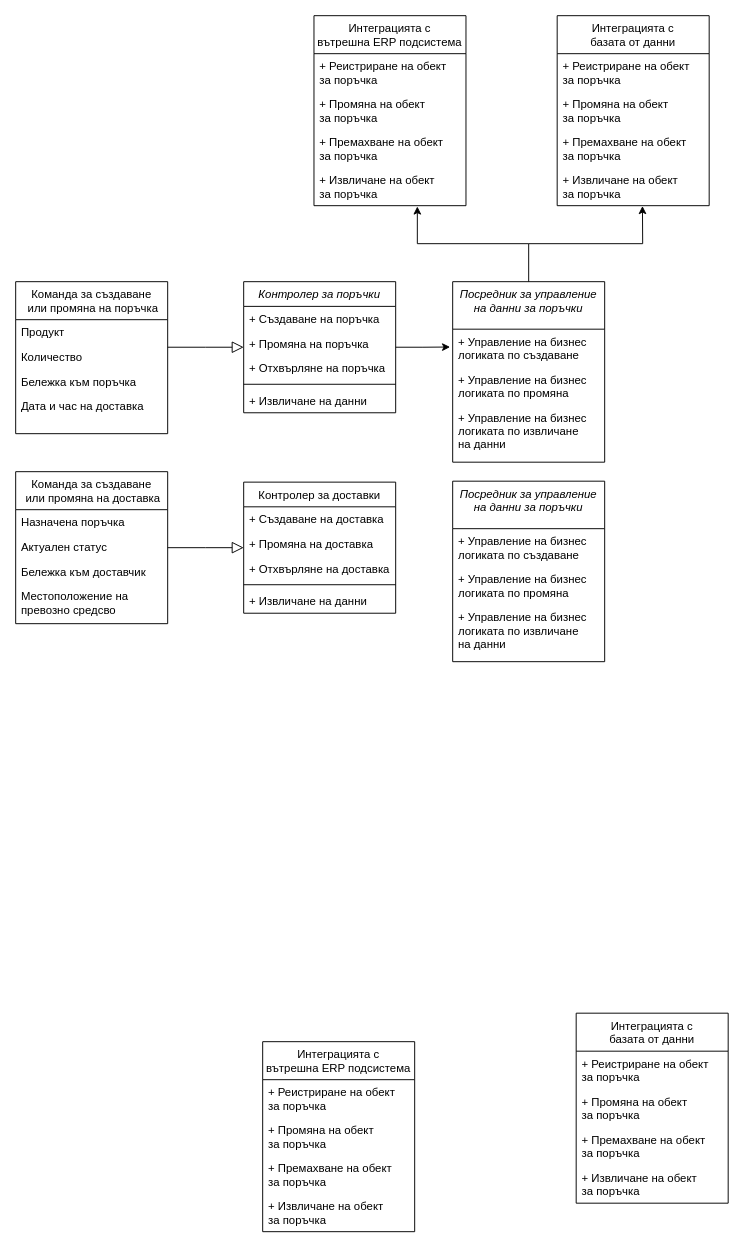
profjordanov/phd keeps this draw.io diagram as Chapter2/ClassDiagram.drawio. Above is the earlier version. Source tidied: cells renumbered, new cells numbered last; positions are measured from the earlier drawing's top-left corner, leaving out a move shared by most shapes. Both pictures are drawn from the tidied source at 95%, with x=0, y=0 at pixel (15, 15).
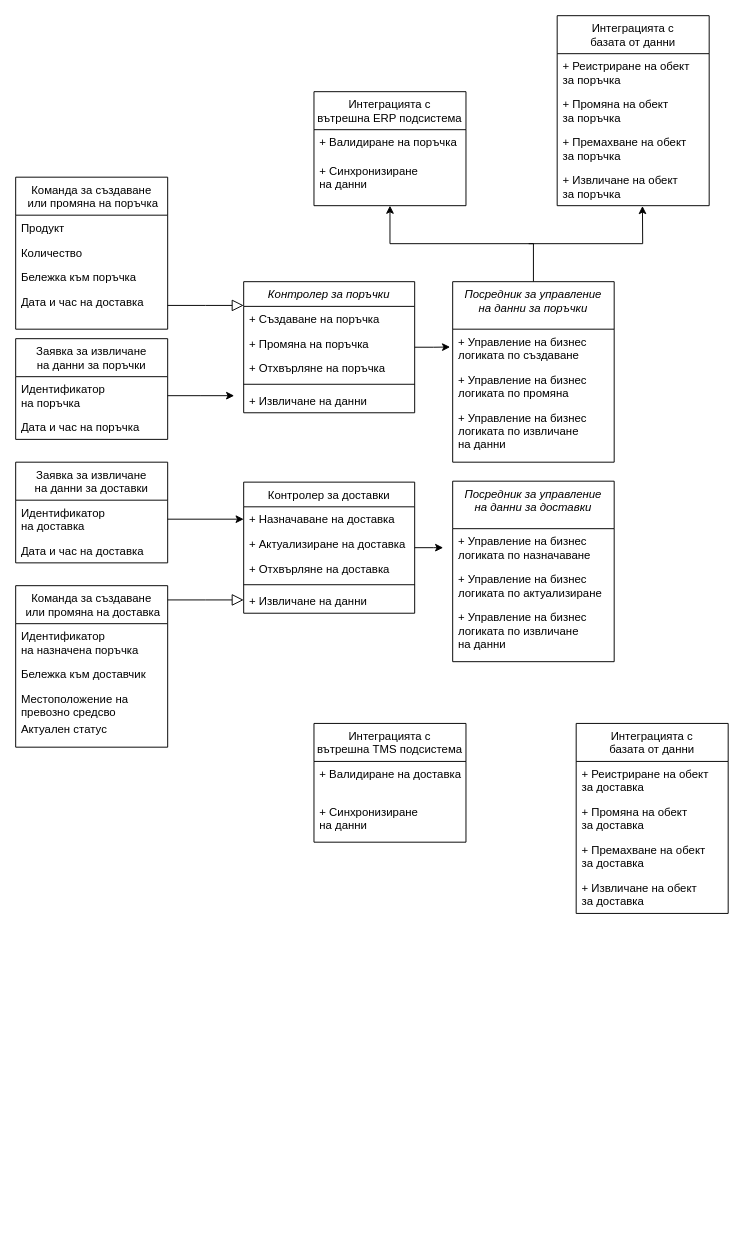
Above is the later version.

The edit, as a diff of the source:
```diff
@@
     <mxCell id="2" value="Контролер за поръчки" style="swimlane;fontStyle=2;align=center;verticalAlign=top;horizontal=1;startSize=26;rounded=0;shadow=0;strokeWidth=1;" parent="1" vertex="1">
-      <mxGeometry x="240" y="280" width="160" height="138" as="geometry" />
+      <mxGeometry x="240" y="280" width="180" height="138" as="geometry" />
     </mxCell>
     <mxCell id="3" value="+ Създаване на поръчка" style="text;align=left;verticalAlign=top;spacingLeft=4;spacingRight=4;overflow=hidden;" parent="2" vertex="1">
-      <mxGeometry y="26" width="160" height="26" as="geometry" />
+      <mxGeometry y="26" width="180" height="26" as="geometry" />
     </mxCell>
     <mxCell id="4" value="+ Промяна на поръчка" style="text;align=left;verticalAlign=top;spacingLeft=4;spacingRight=4;overflow=hidden;rounded=0;shadow=0;html=0;" parent="2" vertex="1">
-      <mxGeometry y="52" width="160" height="26" as="geometry" />
+      <mxGeometry y="52" width="180" height="26" as="geometry" />
     </mxCell>
     <mxCell id="5" value="+ Отхвърляне на поръчка" style="text;align=left;verticalAlign=top;spacingLeft=4;spacingRight=4;overflow=hidden;rounded=0;shadow=0;html=0;" parent="2" vertex="1">
-      <mxGeometry y="78" width="160" height="26" as="geometry" />
+      <mxGeometry y="78" width="180" height="26" as="geometry" />
     </mxCell>
     <mxCell id="6" style="line;html=1;strokeWidth=1;align=left;verticalAlign=middle;spacingTop=-1;spacingLeft=3;spacingRight=3;labelPosition=right;" parent="2" vertex="1">
-      <mxGeometry y="104" width="160" height="8" as="geometry" />
+      <mxGeometry y="104" width="180" height="8" as="geometry" />
     </mxCell>
     <mxCell id="7" value="+ Извличане на данни" style="text;align=left;verticalAlign=top;spacingLeft=4;spacingRight=4;overflow=hidden;" parent="2" vertex="1">
-      <mxGeometry y="112" width="160" height="26" as="geometry" />
+      <mxGeometry y="112" width="180" height="26" as="geometry" />
     </mxCell>
     <mxCell id="8" value="Команда за създаване&#10; или промяна на поръчка" style="swimlane;fontStyle=0;align=center;verticalAlign=top;horizontal=1;startSize=40;rounded=0;shadow=0;strokeWidth=1;" parent="1" vertex="1">
-      <mxGeometry y="280" width="160" height="160" as="geometry" />
+      <mxGeometry y="170" width="160" height="160" as="geometry" />
     </mxCell>
@@
     <mxCell id="19" value="Интеграцията с &#10;вътрешна ERP подсистема" style="swimlane;fontStyle=0;align=center;verticalAlign=top;horizontal=1;startSize=40;rounded=0;shadow=0;strokeWidth=1;" parent="1" vertex="1">
-      <mxGeometry x="314" width="160" height="200" as="geometry" />
+      <mxGeometry x="314" y="80" width="160" height="120" as="geometry" />
     </mxCell>
-    <mxCell id="20" value="+ Реистриране на обект&#10;за поръчка" style="text;align=left;verticalAlign=top;spacingLeft=4;spacingRight=4;overflow=hidden;" parent="19" vertex="1">
-      <mxGeometry y="40" width="160" height="40" as="geometry" />
+    <mxCell id="20" value="+ Валидиране на поръчка" style="text;align=left;verticalAlign=top;spacingLeft=4;spacingRight=4;overflow=hidden;" parent="19" vertex="1">
+      <mxGeometry y="40" width="160" height="30" as="geometry" />
     </mxCell>
-    <mxCell id="21" value="+ Промяна на обект&#10;за поръчка" style="text;align=left;verticalAlign=top;spacingLeft=4;spacingRight=4;overflow=hidden;rounded=0;shadow=0;html=0;" parent="19" vertex="1">
-      <mxGeometry y="80" width="160" height="40" as="geometry" />
+    <mxCell id="21" value="+ Синхронизиране&#10;на данни" style="text;align=left;verticalAlign=top;spacingLeft=4;spacingRight=4;overflow=hidden;rounded=0;shadow=0;html=0;" parent="19" vertex="1">
+      <mxGeometry y="70" width="160" height="40" as="geometry" />
     </mxCell>
-    <mxCell id="22" value="+ Премахване на обект&#10;за поръчка" style="text;align=left;verticalAlign=top;spacingLeft=4;spacingRight=4;overflow=hidden;rounded=0;shadow=0;html=0;" parent="19" vertex="1">
-      <mxGeometry y="120" width="160" height="40" as="geometry" />
-    </mxCell>
-    <mxCell id="23" value="+ Извличане на обект&#10;за поръчка" style="text;align=left;verticalAlign=top;spacingLeft=4;spacingRight=4;overflow=hidden;points=[[0,0.5],[1,0.5]];portConstraint=eastwest;rounded=0;shadow=0;html=0;" parent="19" vertex="1">
-      <mxGeometry y="160" width="160" height="40" as="geometry" />
-    </mxCell>
+    <mxCell id="58" style="edgeStyle=orthogonalEdgeStyle;rounded=0;jettySize=auto;html=1;entryX=0.5;entryY=1;entryDx=0;entryDy=0;" parent="1" edge="1" source="24" target="19">
+      <mxGeometry relative="1" as="geometry" />
+    </mxCell>
     <mxCell id="24" value="Посредник за управление &#10;на данни за поръчки" style="swimlane;fontStyle=2;align=center;verticalAlign=top;horizontal=1;startSize=50;rounded=0;shadow=0;strokeWidth=1;" parent="1" vertex="1">
-      <mxGeometry x="460" y="280" width="160" height="190" as="geometry" />
+      <mxGeometry x="460" y="280" width="170" height="190" as="geometry" />
     </mxCell>
     <mxCell id="25" value="+ Управление на бизнес &#10;логиката по създаване" style="text;align=left;verticalAlign=top;spacingLeft=4;spacingRight=4;overflow=hidden;" parent="24" vertex="1">
-      <mxGeometry y="50" width="160" height="40" as="geometry" />
+      <mxGeometry y="50" width="170" height="40" as="geometry" />
     </mxCell>
     <mxCell id="26" value="+ Управление на бизнес &#10;логиката по промяна" style="text;align=left;verticalAlign=top;spacingLeft=4;spacingRight=4;overflow=hidden;" parent="24" vertex="1">
-      <mxGeometry y="90" width="160" height="40" as="geometry" />
+      <mxGeometry y="90" width="170" height="40" as="geometry" />
     </mxCell>
     <mxCell id="27" value="+ Управление на бизнес &#10;логиката по извличане &#10;на данни" style="text;align=left;verticalAlign=top;spacingLeft=4;spacingRight=4;overflow=hidden;" parent="24" vertex="1">
-      <mxGeometry y="130" width="160" height="50" as="geometry" />
+      <mxGeometry y="130" width="170" height="50" as="geometry" />
     </mxCell>
-    <mxCell id="28" style="edgeStyle=orthogonalEdgeStyle;rounded=0;jettySize=auto;html=1;entryX=0.68;entryY=1.021;entryDx=0;entryDy=0;entryPerimeter=0;" parent="1" edge="1" source="24" target="23">
-      <mxGeometry relative="1" as="geometry" />
-    </mxCell>
@@
+    <mxCell id="59" style="edgeStyle=orthogonalEdgeStyle;rounded=0;jettySize=auto;html=1;" parent="1" edge="1" source="32">
+      <mxGeometry relative="1" as="geometry">
+        <mxPoint x="450" y="560" as="targetPoint" />
+      </mxGeometry>
+    </mxCell>
     <mxCell id="32" value="Контролер за доставки" style="swimlane;fontStyle=0;align=center;verticalAlign=top;horizontal=1;startSize=26;rounded=0;shadow=0;strokeWidth=1;" parent="1" vertex="1">
-      <mxGeometry x="240" y="491" width="160" height="138" as="geometry" />
+      <mxGeometry x="240" y="491" width="180" height="138" as="geometry" />
     </mxCell>
-    <mxCell id="33" value="+ Създаване на доставка" style="text;align=left;verticalAlign=top;spacingLeft=4;spacingRight=4;overflow=hidden;points=[[0,0.5],[1,0.5]];portConstraint=eastwest;" parent="32" vertex="1">
-      <mxGeometry y="26" width="160" height="26" as="geometry" />
+    <mxCell id="33" value="+ Назначаване на доставка" style="text;align=left;verticalAlign=top;spacingLeft=4;spacingRight=4;overflow=hidden;points=[[0,0.5],[1,0.5]];portConstraint=eastwest;" parent="32" vertex="1">
+      <mxGeometry y="26" width="180" height="26" as="geometry" />
     </mxCell>
-    <mxCell id="34" value="+ Промяна на доставка" style="text;align=left;verticalAlign=top;spacingLeft=4;spacingRight=4;overflow=hidden;rounded=0;shadow=0;html=0;" parent="32" vertex="1">
-      <mxGeometry y="52" width="160" height="26" as="geometry" />
+    <mxCell id="34" value="+ Актуализиране на доставка" style="text;align=left;verticalAlign=top;spacingLeft=4;spacingRight=4;overflow=hidden;rounded=0;shadow=0;html=0;" parent="32" vertex="1">
+      <mxGeometry y="52" width="180" height="26" as="geometry" />
     </mxCell>
     <mxCell id="35" value="+ Отхвърляне на доставка" style="text;align=left;verticalAlign=top;spacingLeft=4;spacingRight=4;overflow=hidden;rounded=0;shadow=0;html=0;" parent="32" vertex="1">
-      <mxGeometry y="78" width="160" height="26" as="geometry" />
+      <mxGeometry y="78" width="180" height="26" as="geometry" />
     </mxCell>
     <mxCell id="36" style="line;html=1;strokeWidth=1;align=left;verticalAlign=middle;spacingTop=-1;spacingLeft=3;spacingRight=3;labelPosition=right;" parent="32" vertex="1">
-      <mxGeometry y="104" width="160" height="8" as="geometry" />
+      <mxGeometry y="104" width="180" height="8" as="geometry" />
     </mxCell>
     <mxCell id="37" value="+ Извличане на данни" style="text;align=left;verticalAlign=top;spacingLeft=4;spacingRight=4;overflow=hidden;" parent="32" vertex="1">
-      <mxGeometry y="112" width="160" height="26" as="geometry" />
+      <mxGeometry y="112" width="180" height="26" as="geometry" />
     </mxCell>
     <mxCell id="38" value="Команда за създаване&#10; или промяна на доставка" style="swimlane;fontStyle=0;align=center;verticalAlign=top;horizontal=1;startSize=40;rounded=0;shadow=0;strokeWidth=1;" parent="1" vertex="1">
-      <mxGeometry y="480" width="160" height="160" as="geometry" />
+      <mxGeometry y="600" width="160" height="170" as="geometry" />
     </mxCell>
-    <mxCell id="39" value="Назначена поръчка" style="text;align=left;verticalAlign=top;spacingLeft=4;spacingRight=4;overflow=hidden;" parent="38" vertex="1">
-      <mxGeometry y="40" width="160" height="26" as="geometry" />
+    <mxCell id="39" value="Идентификатор&#10;на назначена поръчка" style="text;align=left;verticalAlign=top;spacingLeft=4;spacingRight=4;overflow=hidden;" parent="38" vertex="1">
+      <mxGeometry y="40" width="160" height="40" as="geometry" />
     </mxCell>
-    <mxCell id="40" value="Актуален статус" style="text;align=left;verticalAlign=top;spacingLeft=4;spacingRight=4;overflow=hidden;rounded=0;shadow=0;html=0;" parent="38" vertex="1">
-      <mxGeometry y="66" width="160" height="26" as="geometry" />
-    </mxCell>
     <mxCell id="41" value="Бележка към доставчик" style="text;align=left;verticalAlign=top;spacingLeft=4;spacingRight=4;overflow=hidden;rounded=0;shadow=0;html=0;" parent="38" vertex="1">
-      <mxGeometry y="92" width="160" height="26" as="geometry" />
+      <mxGeometry y="80" width="160" height="26" as="geometry" />
     </mxCell>
     <mxCell id="42" value="Местоположение на &#10;превозно средсво" style="text;align=left;verticalAlign=top;spacingLeft=4;spacingRight=4;overflow=hidden;rounded=0;shadow=0;html=0;" parent="38" vertex="1">
-      <mxGeometry y="118" width="160" height="32" as="geometry" />
+      <mxGeometry y="106" width="160" height="32" as="geometry" />
     </mxCell>
+    <mxCell id="40" value="Актуален статус" style="text;align=left;verticalAlign=top;spacingLeft=4;spacingRight=4;overflow=hidden;rounded=0;shadow=0;html=0;" parent="38" vertex="1">
+      <mxGeometry y="138" width="160" height="26" as="geometry" />
+    </mxCell>
@@
     <mxCell id="44" value="Интеграцията с &#10;базата от данни" style="swimlane;fontStyle=0;align=center;verticalAlign=top;horizontal=1;startSize=40;rounded=0;shadow=0;strokeWidth=1;" parent="1" vertex="1">
-      <mxGeometry x="590" y="1050" width="160" height="200" as="geometry" />
+      <mxGeometry x="590" y="745" width="160" height="200" as="geometry" />
     </mxCell>
-    <mxCell id="45" value="+ Реистриране на обект&#10;за поръчка" style="text;align=left;verticalAlign=top;spacingLeft=4;spacingRight=4;overflow=hidden;" parent="44" vertex="1">
+    <mxCell id="45" value="+ Реистриране на обект&#10;за доставка" style="text;align=left;verticalAlign=top;spacingLeft=4;spacingRight=4;overflow=hidden;" parent="44" vertex="1">
       <mxGeometry y="40" width="160" height="40" as="geometry" />
     </mxCell>
-    <mxCell id="46" value="+ Промяна на обект&#10;за поръчка" style="text;align=left;verticalAlign=top;spacingLeft=4;spacingRight=4;overflow=hidden;rounded=0;shadow=0;html=0;" parent="44" vertex="1">
+    <mxCell id="46" value="+ Промяна на обект&#10;за доставка" style="text;align=left;verticalAlign=top;spacingLeft=4;spacingRight=4;overflow=hidden;rounded=0;shadow=0;html=0;" parent="44" vertex="1">
       <mxGeometry y="80" width="160" height="40" as="geometry" />
     </mxCell>
-    <mxCell id="47" value="+ Премахване на обект&#10;за поръчка" style="text;align=left;verticalAlign=top;spacingLeft=4;spacingRight=4;overflow=hidden;rounded=0;shadow=0;html=0;" parent="44" vertex="1">
+    <mxCell id="47" value="+ Премахване на обект&#10;за доставка" style="text;align=left;verticalAlign=top;spacingLeft=4;spacingRight=4;overflow=hidden;rounded=0;shadow=0;html=0;" parent="44" vertex="1">
       <mxGeometry y="120" width="160" height="40" as="geometry" />
     </mxCell>
-    <mxCell id="48" value="+ Извличане на обект&#10;за поръчка" style="text;align=left;verticalAlign=top;spacingLeft=4;spacingRight=4;overflow=hidden;rounded=0;shadow=0;html=0;" parent="44" vertex="1">
+    <mxCell id="48" value="+ Извличане на обект&#10;за доставка" style="text;align=left;verticalAlign=top;spacingLeft=4;spacingRight=4;overflow=hidden;rounded=0;shadow=0;html=0;" parent="44" vertex="1">
       <mxGeometry y="160" width="160" height="40" as="geometry" />
     </mxCell>
-    <mxCell id="49" value="Интеграцията с &#10;вътрешна ERP подсистема" style="swimlane;fontStyle=0;align=center;verticalAlign=top;horizontal=1;startSize=40;rounded=0;shadow=0;strokeWidth=1;" parent="1" vertex="1">
-      <mxGeometry x="260" y="1080" width="160" height="200" as="geometry" />
+    <mxCell id="49" value="Интеграцията с &#10;вътрешна TMS подсистема" style="swimlane;fontStyle=0;align=center;verticalAlign=top;horizontal=1;startSize=40;rounded=0;shadow=0;strokeWidth=1;" parent="1" vertex="1">
+      <mxGeometry x="314" y="745" width="160" height="125" as="geometry" />
     </mxCell>
-    <mxCell id="50" value="+ Реистриране на обект&#10;за поръчка" style="text;align=left;verticalAlign=top;spacingLeft=4;spacingRight=4;overflow=hidden;" parent="49" vertex="1">
+    <mxCell id="50" value="+ Валидиране на доставка" style="text;align=left;verticalAlign=top;spacingLeft=4;spacingRight=4;overflow=hidden;" parent="49" vertex="1">
       <mxGeometry y="40" width="160" height="40" as="geometry" />
     </mxCell>
-    <mxCell id="51" value="+ Промяна на обект&#10;за поръчка" style="text;align=left;verticalAlign=top;spacingLeft=4;spacingRight=4;overflow=hidden;rounded=0;shadow=0;html=0;" parent="49" vertex="1">
+    <mxCell id="51" value="+ Синхронизиране&#10;на данни" style="text;align=left;verticalAlign=top;spacingLeft=4;spacingRight=4;overflow=hidden;rounded=0;shadow=0;html=0;" parent="49" vertex="1">
       <mxGeometry y="80" width="160" height="40" as="geometry" />
     </mxCell>
-    <mxCell id="52" value="+ Премахване на обект&#10;за поръчка" style="text;align=left;verticalAlign=top;spacingLeft=4;spacingRight=4;overflow=hidden;rounded=0;shadow=0;html=0;" parent="49" vertex="1">
-      <mxGeometry y="120" width="160" height="40" as="geometry" />
-    </mxCell>
-    <mxCell id="53" value="+ Извличане на обект&#10;за поръчка" style="text;align=left;verticalAlign=top;spacingLeft=4;spacingRight=4;overflow=hidden;rounded=0;shadow=0;html=0;" parent="49" vertex="1">
-      <mxGeometry y="160" width="160" height="40" as="geometry" />
-    </mxCell>
-    <mxCell id="54" value="Посредник за управление &#10;на данни за поръчки" style="swimlane;fontStyle=2;align=center;verticalAlign=top;horizontal=1;startSize=50;rounded=0;shadow=0;strokeWidth=1;" parent="1" vertex="1">
-      <mxGeometry x="460" y="490" width="160" height="190" as="geometry" />
+    <mxCell id="54" value="Посредник за управление &#10;на данни за доставки" style="swimlane;fontStyle=2;align=center;verticalAlign=top;horizontal=1;startSize=50;rounded=0;shadow=0;strokeWidth=1;" parent="1" vertex="1">
+      <mxGeometry x="460" y="490" width="170" height="190" as="geometry" />
     </mxCell>
-    <mxCell id="55" value="+ Управление на бизнес &#10;логиката по създаване" style="text;align=left;verticalAlign=top;spacingLeft=4;spacingRight=4;overflow=hidden;" parent="54" vertex="1">
-      <mxGeometry y="50" width="160" height="40" as="geometry" />
+    <mxCell id="55" value="+ Управление на бизнес &#10;логиката по назначаване " style="text;align=left;verticalAlign=top;spacingLeft=4;spacingRight=4;overflow=hidden;" parent="54" vertex="1">
+      <mxGeometry y="50" width="170" height="40" as="geometry" />
     </mxCell>
-    <mxCell id="56" value="+ Управление на бизнес &#10;логиката по промяна" style="text;align=left;verticalAlign=top;spacingLeft=4;spacingRight=4;overflow=hidden;" parent="54" vertex="1">
-      <mxGeometry y="90" width="160" height="40" as="geometry" />
+    <mxCell id="56" value="+ Управление на бизнес &#10;логиката по актуализиране " style="text;align=left;verticalAlign=top;spacingLeft=4;spacingRight=4;overflow=hidden;" parent="54" vertex="1">
+      <mxGeometry y="90" width="170" height="40" as="geometry" />
     </mxCell>
     <mxCell id="57" value="+ Управление на бизнес &#10;логиката по извличане &#10;на данни" style="text;align=left;verticalAlign=top;spacingLeft=4;spacingRight=4;overflow=hidden;" parent="54" vertex="1">
-      <mxGeometry y="130" width="160" height="50" as="geometry" />
+      <mxGeometry y="130" width="170" height="50" as="geometry" />
     </mxCell>
+    <mxCell id="60" value="Заявка за извличане&#10;на данни за поръчки" style="swimlane;fontStyle=0;align=center;verticalAlign=top;horizontal=1;startSize=40;rounded=0;shadow=0;strokeWidth=1;" parent="1" vertex="1">
+      <mxGeometry y="340" width="160" height="106" as="geometry" />
+    </mxCell>
+    <mxCell id="61" style="edgeStyle=orthogonalEdgeStyle;rounded=0;jettySize=auto;html=1;" parent="60" edge="1" source="62">
+      <mxGeometry relative="1" as="geometry">
+        <mxPoint x="230" y="60" as="targetPoint" />
+      </mxGeometry>
+    </mxCell>
+    <mxCell id="62" value="Идентификатор &#10;на поръчка" style="text;align=left;verticalAlign=top;spacingLeft=4;spacingRight=4;overflow=hidden;points=[[0,0.5],[1,0.5]];portConstraint=eastwest;" parent="60" vertex="1">
+      <mxGeometry y="40" width="160" height="40" as="geometry" />
+    </mxCell>
+    <mxCell id="63" value="Дата и час на поръчка" style="text;align=left;verticalAlign=top;spacingLeft=4;spacingRight=4;overflow=hidden;rounded=0;shadow=0;html=0;" parent="60" vertex="1">
+      <mxGeometry y="80" width="160" height="26" as="geometry" />
+    </mxCell>
+    <mxCell id="64" value="Заявка за извличане&#10;на данни за доставки" style="swimlane;fontStyle=0;align=center;verticalAlign=top;horizontal=1;startSize=40;rounded=0;shadow=0;strokeWidth=1;" parent="1" vertex="1">
+      <mxGeometry y="470" width="160" height="106" as="geometry" />
+    </mxCell>
+    <mxCell id="65" value="Идентификатор &#10;на доставка" style="text;align=left;verticalAlign=top;spacingLeft=4;spacingRight=4;overflow=hidden;points=[[0,0.5],[1,0.5]];portConstraint=eastwest;" parent="64" vertex="1">
+      <mxGeometry y="40" width="160" height="40" as="geometry" />
+    </mxCell>
+    <mxCell id="66" value="Дата и час на доставка" style="text;align=left;verticalAlign=top;spacingLeft=4;spacingRight=4;overflow=hidden;rounded=0;shadow=0;html=0;" parent="64" vertex="1">
+      <mxGeometry y="80" width="160" height="26" as="geometry" />
+    </mxCell>
+    <mxCell id="67" style="edgeStyle=orthogonalEdgeStyle;rounded=0;jettySize=auto;html=1;entryX=0;entryY=0.5;entryDx=0;entryDy=0;" parent="1" edge="1" source="65" target="33">
+      <mxGeometry relative="1" as="geometry" />
+    </mxCell>
```
